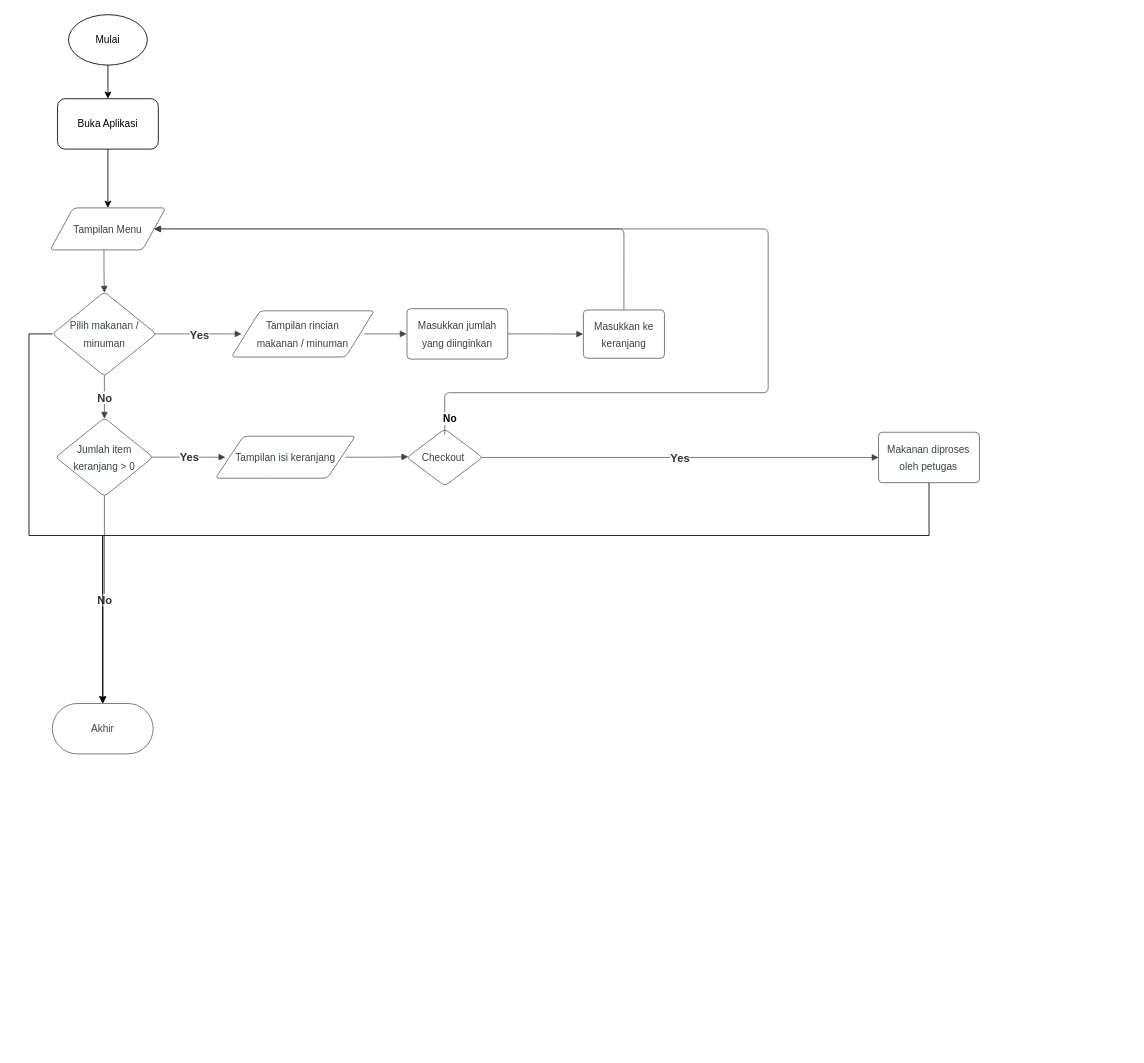
This is flowchart/Orderin_app.drawio from RehanAzhar-Main/rehan_orderin, a draw.io file, before an edit. Source tidied: cells renumbered, new cells numbered last; positions are measured from the earlier drawing's top-left corner, leaving out a move shared by most shapes. Both pictures are drawn from the tidied source at 84%, with x=0, y=0 at pixel (29, 14).
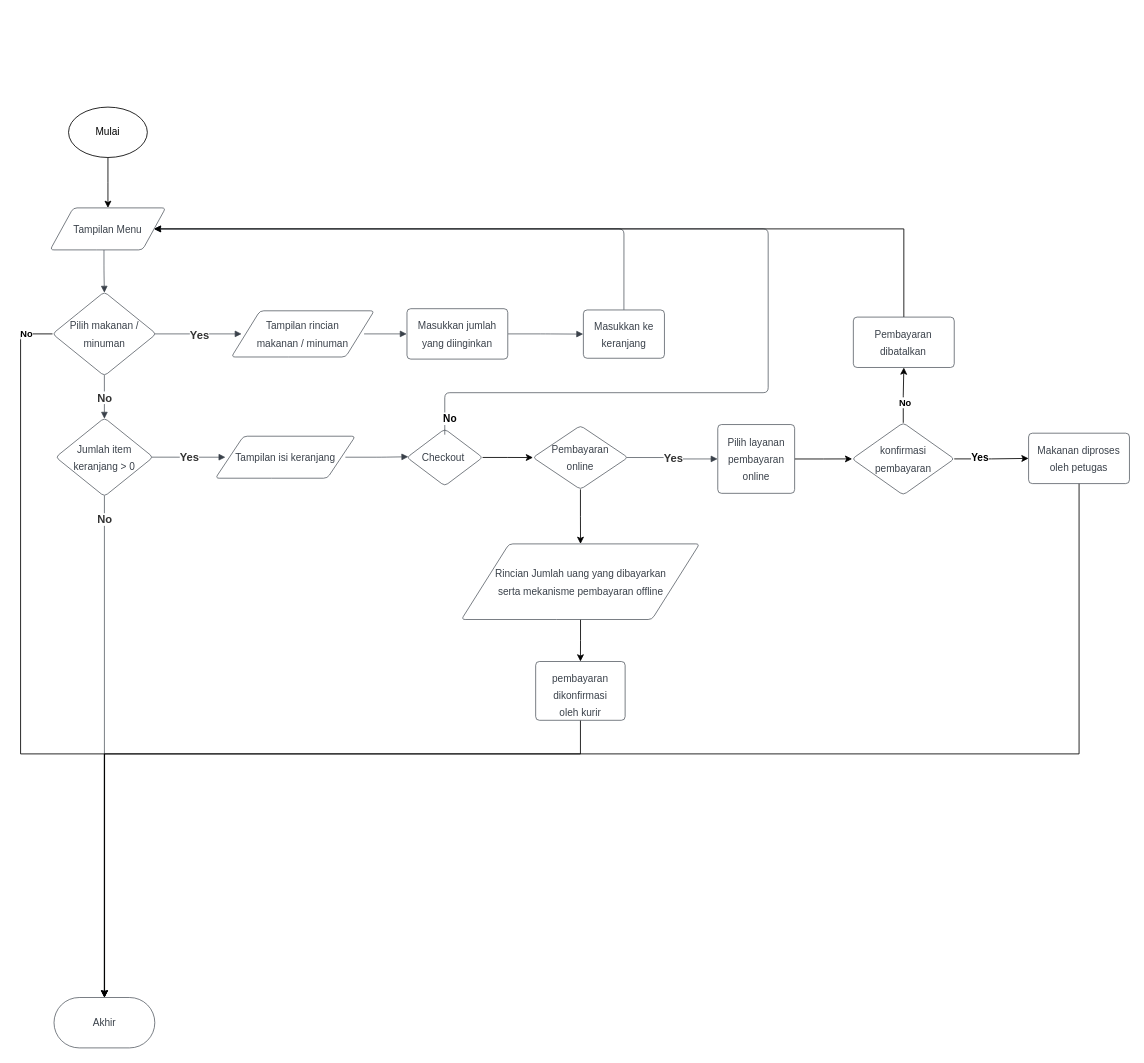
The same diagram, later.

Commit message (it also covers changes not shown here):
feat : add feature pembayaran and konfirmasi pembayaran flowchart logic

The change refers to these unchanged cells:
```xml
<mxCell id="2" value="&lt;font style=&quot;font-size: 12px&quot;&gt;Tampilan Menu&lt;/font&gt;" style="html=1;overflow=block;blockSpacing=1;whiteSpace=wrap;shape=parallelogram;perimeter=parallelogramPerimeter;anchorPointDirection=0;fontSize=16.7;fontColor=#3a414a;spacing=3.8;strokeColor=#3a414a;strokeOpacity=100;rounded=1;absoluteArcSize=1;arcSize=9;strokeWidth=0.8;" parent="1" vertex="1">
  <mxGeometry x="25.2" y="230" width="137.5" height="50" as="geometry" />
</mxCell>
<mxCell id="4" value="&lt;font style=&quot;font-size: 12px&quot;&gt;Pilih makanan / minuman&lt;/font&gt;" style="html=1;overflow=block;blockSpacing=1;whiteSpace=wrap;rhombus;fontSize=16.7;fontColor=#3a414a;spacing=3.8;strokeColor=#3a414a;strokeOpacity=100;rounded=1;absoluteArcSize=1;arcSize=9;strokeWidth=0.8;" parent="1" vertex="1">
  <mxGeometry x="28" y="330" width="123.5" height="100" as="geometry" />
</mxCell>
<mxCell id="15" value="&lt;font style=&quot;font-size: 12px&quot;&gt;Checkout&amp;nbsp;&lt;/font&gt;" style="html=1;overflow=block;blockSpacing=1;whiteSpace=wrap;rhombus;fontSize=16.7;fontColor=#3a414a;spacing=3.8;strokeColor=#3a414a;strokeOpacity=100;rounded=1;absoluteArcSize=1;arcSize=9;strokeWidth=0.8;" parent="1" vertex="1">
  <mxGeometry x="450" y="493.2" width="90" height="67.8" as="geometry" />
</mxCell>
<mxCell id="18" style="html=1;jettySize=18;whiteSpace=wrap;fontSize=13.3;fontColor=#333333;fontStyle=1;strokeColor=#3a414a;strokeOpacity=100;strokeWidth=0.8;rounded=1;arcSize=12;edgeStyle=orthogonalEdgeStyle;startArrow=none;endArrow=block;endFill=1;exitX=0.5;exitY=0.99;exitPerimeter=0;entryX=0.5;entryY=-0.006;entryPerimeter=0;" parent="1" edge="1" source="11" target="17">
  <mxGeometry relative="1" as="geometry" />
</mxCell>
```

Diff of the diagram source:
```diff
@@
-    <mxCell id="3" style="edgeStyle=orthogonalEdgeStyle;rounded=0;jettySize=auto;html=1;entryX=0.5;entryY=0;entryDx=0;entryDy=0;fontSize=12;" parent="1" edge="1" source="4" target="17">
+    <mxCell id="3" style="edgeStyle=orthogonalEdgeStyle;rounded=0;jettySize=auto;html=1;entryX=0.5;entryY=0;entryDx=0;entryDy=0;" parent="1" edge="1" source="4" target="17">
       <mxGeometry relative="1" as="geometry">
         <Array as="points">
-          <mxPoint y="380" />
-          <mxPoint y="620" />
-          <mxPoint x="88" y="620" />
+          <mxPoint x="-10" y="380" />
+          <mxPoint x="-10" y="880" />
+          <mxPoint x="90" y="880" />
         </Array>
       </mxGeometry>
     </mxCell>
+    <mxCell id="35" value="&lt;b&gt;No&lt;/b&gt;" style="edgeLabel;html=1;align=center;verticalAlign=middle;" parent="3" vertex="1">
+      <mxGeometry x="-0.93" y="-1" relative="1" as="geometry" />
+    </mxCell>
@@
+    <mxCell id="36" style="edgeStyle=orthogonalEdgeStyle;rounded=0;jettySize=auto;html=1;" parent="1" edge="1" source="15" target="41">
+      <mxGeometry relative="1" as="geometry" />
+    </mxCell>
@@
     <mxCell id="17" value="&lt;font style=&quot;font-size: 12px;&quot;&gt;Akhir&lt;/font&gt;" style="html=1;overflow=block;blockSpacing=1;whiteSpace=wrap;rounded=1;arcSize=50;fontSize=16.7;fontColor=#3a414a;spacing=3.8;strokeColor=#3a414a;strokeOpacity=100;strokeWidth=0.8;" parent="1" vertex="1">
-      <mxGeometry x="27.8" y="820" width="120" height="60" as="geometry" />
+      <mxGeometry x="29.8" y="1170" width="120" height="60" as="geometry" />
     </mxCell>
@@
     <mxCell id="19" value="No" style="text;html=1;labelBackgroundColor=default;align=center;verticalAlign=middle;fontStyle=1;fontColor=#333333;fontSize=13.3;" parent="18" vertex="1">
-      <mxGeometry relative="1" as="geometry" />
+      <mxGeometry relative="1" as="geometry">
+        <mxPoint y="-271" as="offset" />
+      </mxGeometry>
     </mxCell>
-    <mxCell id="20" style="html=1;jettySize=18;whiteSpace=wrap;fontSize=13.3;fontColor=#333333;fontStyle=1;strokeColor=#3a414a;strokeOpacity=100;strokeWidth=0.8;rounded=1;arcSize=12;edgeStyle=orthogonalEdgeStyle;startArrow=none;endArrow=block;endFill=1;exitX=0.984;exitY=0.5;exitPerimeter=0;entryX=0;entryY=0.5;entryDx=0;entryDy=0;" parent="1" edge="1" source="15" target="29">
-      <mxGeometry relative="1" as="geometry" />
-    </mxCell>
-    <mxCell id="21" value="Yes" style="text;html=1;labelBackgroundColor=default;align=center;verticalAlign=middle;fontStyle=1;fontColor=#333333;fontSize=13.3;" parent="20" vertex="1">
-      <mxGeometry relative="1" as="geometry" />
-    </mxCell>
@@
-    <mxCell id="28" style="edgeStyle=orthogonalEdgeStyle;rounded=0;jettySize=auto;html=1;entryX=0.5;entryY=0;entryDx=0;entryDy=0;fontSize=12;" parent="1" edge="1" source="29" target="17">
+    <mxCell id="28" style="edgeStyle=orthogonalEdgeStyle;rounded=0;jettySize=auto;html=1;entryX=0.5;entryY=0;entryDx=0;entryDy=0;" parent="1" edge="1" source="29" target="17">
       <mxGeometry relative="1" as="geometry">
         <Array as="points">
-          <mxPoint x="1071" y="620" />
-          <mxPoint x="88" y="620" />
+          <mxPoint x="1250" y="880" />
+          <mxPoint x="90" y="880" />
         </Array>
       </mxGeometry>
     </mxCell>
     <mxCell id="29" value="&lt;font style=&quot;font-size: 12px&quot;&gt;Makanan diproses oleh petugas&lt;/font&gt;" style="html=1;overflow=block;blockSpacing=1;whiteSpace=wrap;fontSize=16.7;fontColor=#3a414a;spacing=9;strokeColor=#3a414a;strokeOpacity=100;rounded=1;absoluteArcSize=1;arcSize=9;strokeWidth=0.8;" parent="1" vertex="1">
-      <mxGeometry x="1011.4" y="497.1" width="120.1" height="60" as="geometry" />
+      <mxGeometry x="1190" y="498.2" width="120.1" height="60" as="geometry" />
     </mxCell>
@@
-    <mxCell id="31" style="edgeStyle=orthogonalEdgeStyle;rounded=0;jettySize=auto;html=1;" parent="1" edge="1" source="32" target="34">
-      <mxGeometry relative="1" as="geometry" />
-    </mxCell>
+    <mxCell id="37" style="edgeStyle=orthogonalEdgeStyle;rounded=0;jettySize=auto;html=1;" parent="1" edge="1" source="32" target="2">
+      <mxGeometry relative="1" as="geometry" />
+    </mxCell>
     <mxCell id="32" value="Mulai" style="ellipse;whiteSpace=wrap;html=1;" parent="1" vertex="1">
-      <mxGeometry x="47.1" width="93.8" height="60" as="geometry" />
+      <mxGeometry x="47.1" y="110" width="93.8" height="60" as="geometry" />
     </mxCell>
-    <mxCell id="33" style="edgeStyle=orthogonalEdgeStyle;rounded=0;jettySize=auto;html=1;entryX=0.5;entryY=0;entryDx=0;entryDy=0;" parent="1" edge="1" source="34" target="2">
-      <mxGeometry relative="1" as="geometry" />
-    </mxCell>
-    <mxCell id="34" value="Buka Aplikasi" style="rounded=1;whiteSpace=wrap;html=1;" parent="1" vertex="1">
-      <mxGeometry x="34" y="100" width="120" height="60" as="geometry" />
-    </mxCell>
+    <mxCell id="38" style="edgeStyle=orthogonalEdgeStyle;rounded=0;jettySize=auto;html=1;" parent="1" edge="1" source="39" target="51">
+      <mxGeometry relative="1" as="geometry" />
+    </mxCell>
+    <mxCell id="39" value="&lt;font style=&quot;font-size: 12px&quot;&gt;Pilih layanan pembayaran online&lt;/font&gt;" style="html=1;overflow=block;blockSpacing=1;whiteSpace=wrap;fontSize=16.7;fontColor=#3a414a;spacing=9;strokeColor=#3a414a;strokeOpacity=100;rounded=1;absoluteArcSize=1;arcSize=9;strokeWidth=0.8;" parent="1" vertex="1">
+      <mxGeometry x="820" y="487.9" width="91.5" height="81.9" as="geometry" />
+    </mxCell>
+    <mxCell id="40" style="edgeStyle=orthogonalEdgeStyle;rounded=0;jettySize=auto;html=1;" parent="1" edge="1" source="41" target="46">
+      <mxGeometry relative="1" as="geometry" />
+    </mxCell>
+    <mxCell id="41" value="&lt;font style=&quot;font-size: 12px&quot;&gt;Pembayaran&lt;br&gt;online&lt;/font&gt;" style="html=1;overflow=block;blockSpacing=1;whiteSpace=wrap;rhombus;fontSize=16.7;fontColor=#3a414a;spacing=3.8;strokeColor=#3a414a;strokeOpacity=100;rounded=1;absoluteArcSize=1;arcSize=9;strokeWidth=0.8;" parent="1" vertex="1">
+      <mxGeometry x="600" y="489.2" width="113" height="75.9" as="geometry" />
+    </mxCell>
+    <mxCell id="42" style="html=1;jettySize=18;whiteSpace=wrap;fontSize=13.3;fontColor=#333333;fontStyle=1;strokeColor=#3a414a;strokeOpacity=100;strokeWidth=0.8;rounded=1;arcSize=12;edgeStyle=orthogonalEdgeStyle;startArrow=none;endArrow=block;endFill=1;exitX=0.987;exitY=0.5;exitPerimeter=0;entryX=-0.003;entryY=0.5;entryPerimeter=0;" parent="1" edge="1" source="41" target="39">
+      <mxGeometry relative="1" as="geometry" />
+    </mxCell>
+    <mxCell id="21" value="Yes" style="text;html=1;labelBackgroundColor=default;align=center;verticalAlign=middle;fontStyle=1;fontColor=#333333;fontSize=13.3;" parent="42" vertex="1">
+      <mxGeometry relative="1" as="geometry" />
+    </mxCell>
+    <mxCell id="43" style="edgeStyle=orthogonalEdgeStyle;rounded=0;jettySize=auto;html=1;" parent="1" edge="1" source="44">
+      <mxGeometry relative="1" as="geometry">
+        <mxPoint x="90" y="1170" as="targetPoint" />
+        <Array as="points">
+          <mxPoint x="657" y="880" />
+          <mxPoint x="90" y="880" />
+        </Array>
+      </mxGeometry>
+    </mxCell>
+    <mxCell id="44" value="&lt;font style=&quot;font-size: 12px&quot;&gt;pembayaran dikonfirmasi oleh kurir&lt;/font&gt;" style="html=1;overflow=block;blockSpacing=1;whiteSpace=wrap;fontSize=16.7;fontColor=#3a414a;spacing=9;strokeColor=#3a414a;strokeOpacity=100;rounded=1;absoluteArcSize=1;arcSize=9;strokeWidth=0.8;" parent="1" vertex="1">
+      <mxGeometry x="603.2" y="770" width="106.5" height="70" as="geometry" />
+    </mxCell>
+    <mxCell id="45" style="edgeStyle=orthogonalEdgeStyle;rounded=0;jettySize=auto;html=1;" parent="1" edge="1" source="46" target="44">
+      <mxGeometry relative="1" as="geometry" />
+    </mxCell>
+    <mxCell id="46" value="&lt;font style=&quot;font-size: 12px&quot;&gt;Rincian Jumlah uang yang dibayarkan &lt;br&gt;serta mekanisme pembayaran offline&lt;/font&gt;" style="html=1;overflow=block;blockSpacing=1;whiteSpace=wrap;shape=parallelogram;perimeter=parallelogramPerimeter;anchorPointDirection=0;fontSize=16.7;fontColor=#3a414a;spacing=3.8;strokeColor=#3a414a;strokeOpacity=100;rounded=1;absoluteArcSize=1;arcSize=9;strokeWidth=0.8;" parent="1" vertex="1">
+      <mxGeometry x="514.8" y="630" width="283.5" height="90" as="geometry" />
+    </mxCell>
+    <mxCell id="47" style="edgeStyle=orthogonalEdgeStyle;rounded=0;jettySize=auto;html=1;fontSize=12;" parent="1" edge="1" source="51" target="29">
+      <mxGeometry relative="1" as="geometry" />
+    </mxCell>
+    <mxCell id="48" value="&lt;b&gt;Yes&lt;/b&gt;" style="edgeLabel;html=1;align=center;verticalAlign=middle;fontSize=12;" parent="47" vertex="1">
+      <mxGeometry x="-0.32" y="-4" relative="1" as="geometry">
+        <mxPoint y="-5" as="offset" />
+      </mxGeometry>
+    </mxCell>
+    <mxCell id="49" style="edgeStyle=orthogonalEdgeStyle;rounded=0;jettySize=auto;html=1;" parent="1" edge="1" source="51" target="53">
+      <mxGeometry relative="1" as="geometry" />
+    </mxCell>
+    <mxCell id="50" value="&lt;b&gt;No&lt;/b&gt;" style="edgeLabel;html=1;align=center;verticalAlign=middle;" parent="49" vertex="1">
+      <mxGeometry x="-0.27" y="-2" relative="1" as="geometry" />
+    </mxCell>
+    <mxCell id="51" value="&lt;font style=&quot;font-size: 12px&quot;&gt;konfirmasi &lt;br&gt;pembayaran&lt;/font&gt;" style="html=1;overflow=block;blockSpacing=1;whiteSpace=wrap;rhombus;fontSize=16.7;fontColor=#3a414a;spacing=3.8;strokeColor=#3a414a;strokeOpacity=100;rounded=1;absoluteArcSize=1;arcSize=9;strokeWidth=0.8;" parent="1" vertex="1">
+      <mxGeometry x="980" y="485.8" width="121.5" height="86" as="geometry" />
+    </mxCell>
+    <mxCell id="52" style="edgeStyle=orthogonalEdgeStyle;rounded=0;jettySize=auto;html=1;entryX=1;entryY=0.5;entryDx=0;entryDy=0;" parent="1" edge="1" source="53" target="2">
+      <mxGeometry relative="1" as="geometry">
+        <Array as="points">
+          <mxPoint x="1041" y="255" />
+        </Array>
+      </mxGeometry>
+    </mxCell>
+    <mxCell id="53" value="&lt;span style=&quot;font-size: 12px;&quot;&gt;Pembayaran dibatalkan&lt;/span&gt;" style="html=1;overflow=block;blockSpacing=1;whiteSpace=wrap;fontSize=16.7;fontColor=#3a414a;spacing=9;strokeColor=#3a414a;strokeOpacity=100;rounded=1;absoluteArcSize=1;arcSize=9;strokeWidth=0.8;" parent="1" vertex="1">
+      <mxGeometry x="981.4" y="360" width="120.1" height="60" as="geometry" />
+    </mxCell>
```
